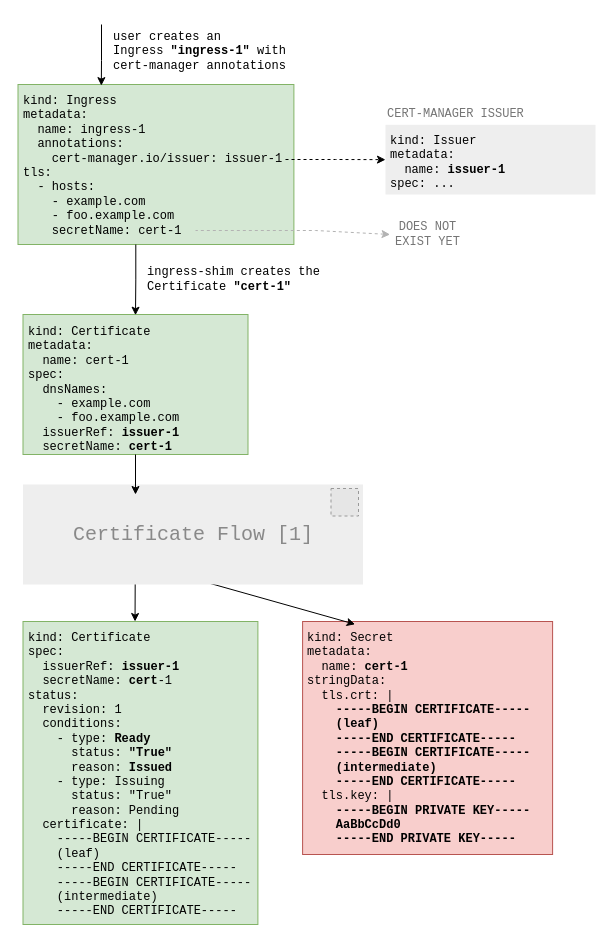
Earlier version of the draw.io diagram public/images/request-certificate-debug/ingress-shim-flow.drawio (cert-manager/website). Source tidied: cells renumbered, new cells numbered last; positions are measured from the earlier drawing's top-left corner, leaving out a move shared by most shapes. Both pictures are drawn from the tidied source at 100%, with x=0, y=0 at pixel (17, 24). Pictures stored in the file or linked from it are replaced by grey dashed boxes.
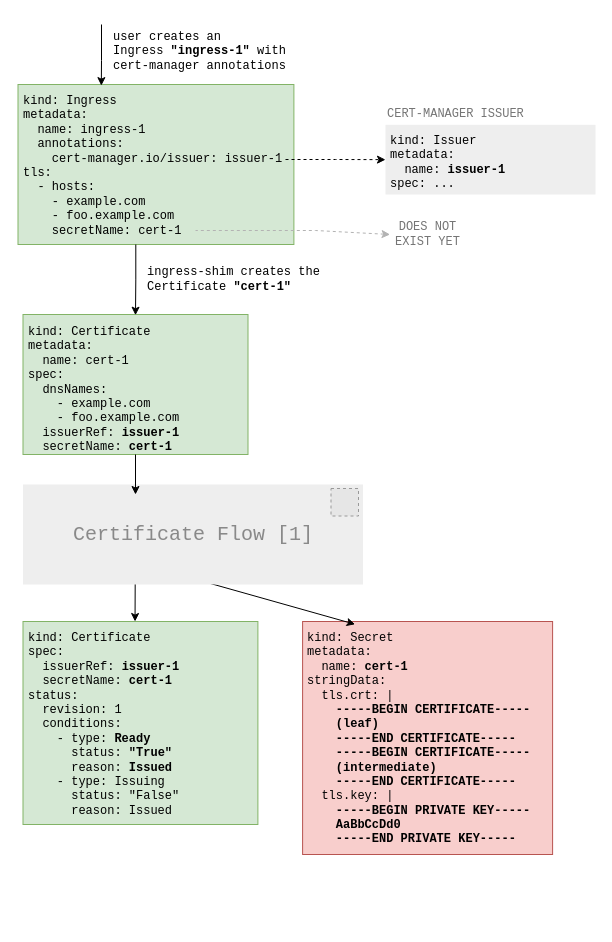
After the change.

Diff of the diagram source:
```diff
@@
-    <mxCell id="19" value="kind: Certificate&lt;br&gt;spec:&lt;br&gt;&amp;nbsp; issuerRef:&amp;nbsp;&lt;b style=&quot;border-color: var(--border-color);&quot;&gt;issuer-1&lt;/b&gt;&lt;br&gt;&amp;nbsp; secretName:&amp;nbsp;&lt;b style=&quot;border-color: var(--border-color);&quot;&gt;cert&lt;/b&gt;-1&lt;br&gt;status:&lt;br&gt;&amp;nbsp; revision: 1&lt;br&gt;&amp;nbsp; conditions:&lt;br&gt;&amp;nbsp; &amp;nbsp; - type: &lt;b&gt;Ready&lt;/b&gt;&lt;br&gt;&amp;nbsp; &amp;nbsp; &amp;nbsp; status: &lt;b&gt;&quot;True&quot;&lt;/b&gt;&lt;br&gt;&amp;nbsp; &amp;nbsp; &amp;nbsp; reason: &lt;b&gt;Issued&lt;/b&gt;&lt;br&gt;&amp;nbsp; &amp;nbsp; - type: Issuing&lt;br&gt;&amp;nbsp; &amp;nbsp; &amp;nbsp; status: &quot;True&quot;&lt;br&gt;&amp;nbsp; &amp;nbsp; &amp;nbsp; reason: Pending&lt;br&gt;&amp;nbsp; certificate: |&lt;b&gt;&lt;br&gt;&lt;/b&gt;&amp;nbsp; &amp;nbsp; -----BEGIN CERTIFICATE-----&lt;br&gt;&amp;nbsp; &amp;nbsp; (leaf)&lt;br&gt;&amp;nbsp; &amp;nbsp; -----END CERTIFICATE-----&lt;br&gt;&amp;nbsp; &amp;nbsp; -----BEGIN CERTIFICATE-----&lt;br&gt;&amp;nbsp; &amp;nbsp; (intermediate)&lt;br&gt;&amp;nbsp; &amp;nbsp; -----END CERTIFICATE-----&lt;b&gt;&lt;br&gt;&lt;/b&gt;" style="text;html=1;strokeColor=#82b366;fillColor=#d5e8d4;align=left;verticalAlign=top;whiteSpace=wrap;rounded=0;fontFamily=Courier New;spacingTop=0;spacingBottom=0;spacing=5;" parent="1" vertex="1">
-      <mxGeometry x="5.5" y="597" width="234.9" height="303" as="geometry" />
+    <mxCell id="19" value="kind: Certificate&lt;br&gt;spec:&lt;br&gt;&amp;nbsp; issuerRef:&amp;nbsp;&lt;b style=&quot;border-color: var(--border-color);&quot;&gt;issuer-1&lt;/b&gt;&lt;br&gt;&amp;nbsp; secretName:&amp;nbsp;&lt;b&gt;&lt;span style=&quot;border-color: var(--border-color);&quot;&gt;cert&lt;/span&gt;-1&lt;/b&gt;&lt;br&gt;status:&lt;br&gt;&amp;nbsp; revision: 1&lt;br&gt;&amp;nbsp; conditions:&lt;br&gt;&amp;nbsp; &amp;nbsp; - type: &lt;b&gt;Ready&lt;/b&gt;&lt;br&gt;&amp;nbsp; &amp;nbsp; &amp;nbsp; status: &lt;b&gt;&quot;True&quot;&lt;/b&gt;&lt;br&gt;&amp;nbsp; &amp;nbsp; &amp;nbsp; reason: &lt;b&gt;Issued&lt;/b&gt;&lt;br&gt;&amp;nbsp; &amp;nbsp; - type: Issuing&lt;br&gt;&amp;nbsp; &amp;nbsp; &amp;nbsp; status: &quot;False&quot;&lt;br&gt;&amp;nbsp; &amp;nbsp; &amp;nbsp; reason: Issued&lt;b&gt;&lt;br&gt;&lt;/b&gt;" style="text;html=1;strokeColor=#82b366;fillColor=#d5e8d4;align=left;verticalAlign=top;whiteSpace=wrap;rounded=0;fontFamily=Courier New;spacingTop=0;spacingBottom=0;spacing=5;" parent="1" vertex="1">
+      <mxGeometry x="5.5" y="597" width="234.9" height="203" as="geometry" />
     </mxCell>
```
